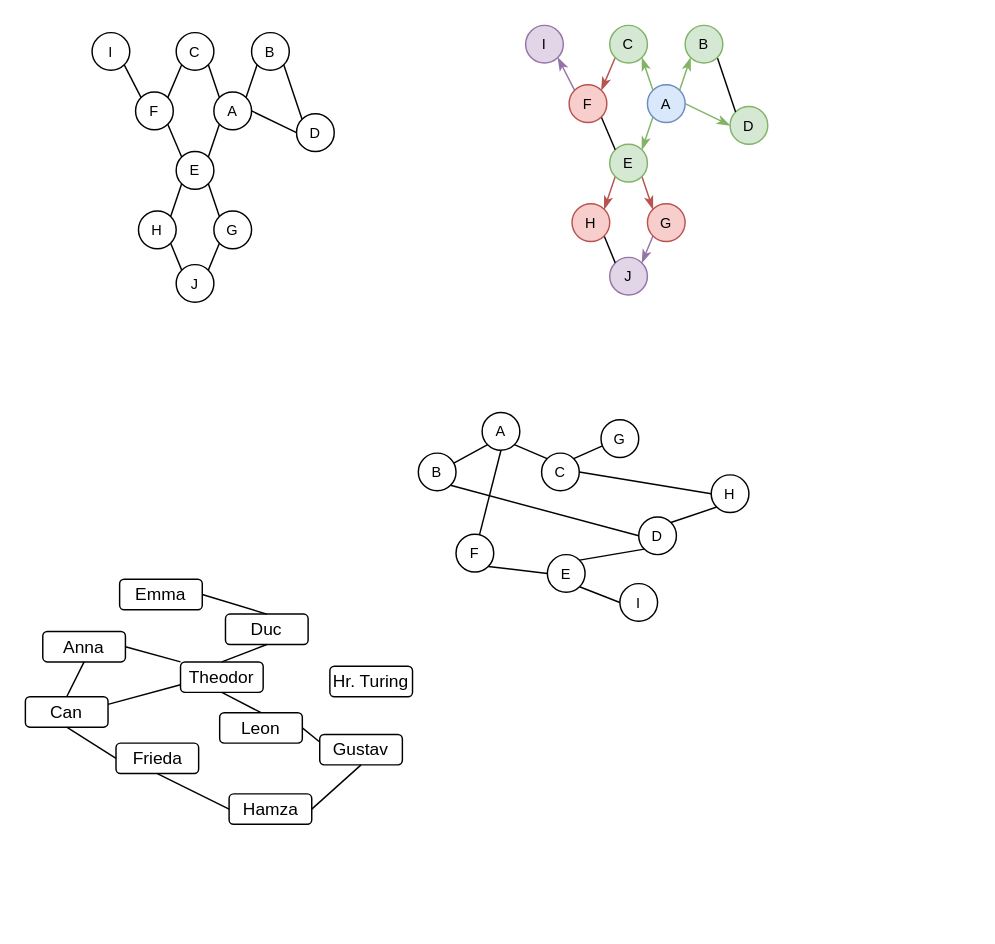
Earlier version of the draw.io diagram page "Breitensuche" (12 of 13) of Graph.drawio (JoernWVSG/diagram). Source tidied: cells renumbered, new cells numbered last; positions are measured from the earlier drawing's top-left corner, leaving out a move shared by most shapes. Both pictures are drawn from the tidied source at 145%, with x=0, y=0 at pixel (25, 25).
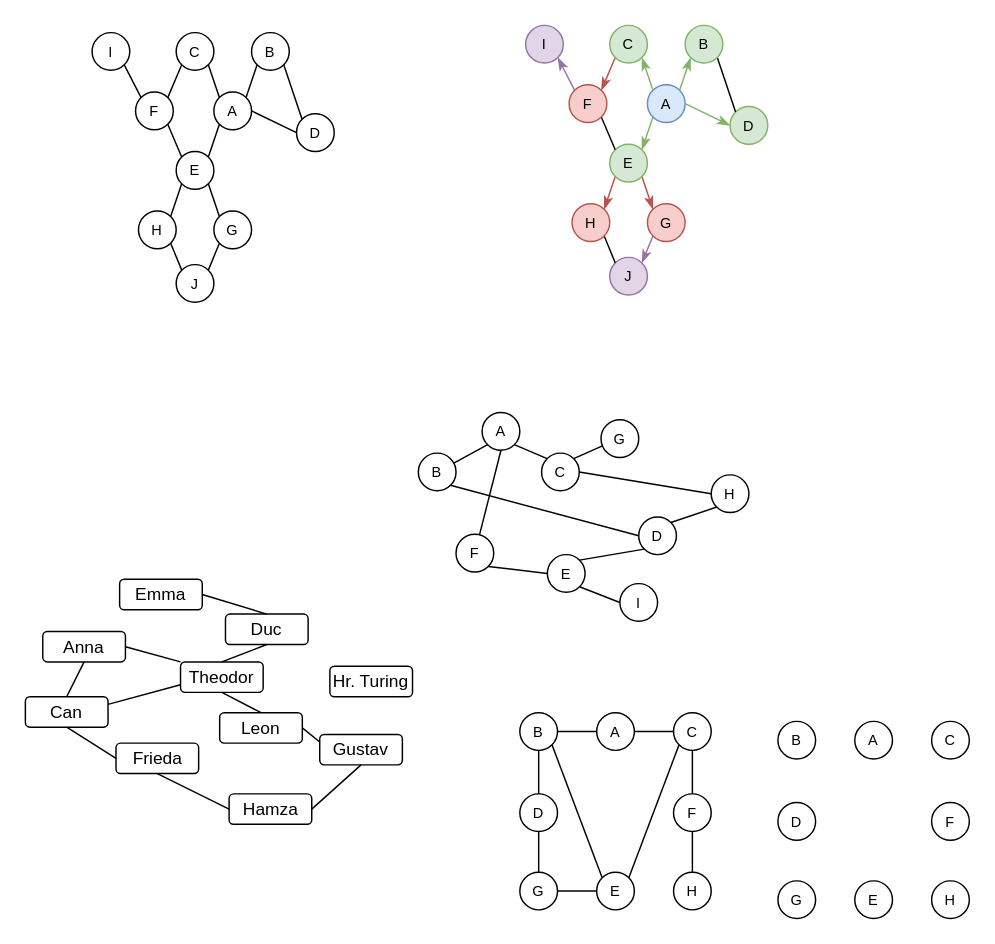
Above is the later version.

The edit, as a diff of the source:
```diff
@@
+    <mxCell id="85" style="edgeStyle=none;rounded=0;jettySize=auto;html=1;exitX=0.5;exitY=1;exitDx=0;exitDy=0;entryX=0.5;entryY=0;entryDx=0;entryDy=0;endArrow=none;endFill=0;" parent="1" edge="1" source="86" target="88">
+      <mxGeometry relative="1" as="geometry" />
+    </mxCell>
+    <mxCell id="86" value="G" style="ellipse;whiteSpace=wrap;html=1;fontSize=10;verticalAlign=middle;" parent="1" vertex="1">
+      <mxGeometry x="341" y="584" width="26" height="26" as="geometry" />
+    </mxCell>
+    <mxCell id="87" value="H" style="ellipse;whiteSpace=wrap;html=1;fontSize=10;verticalAlign=middle;" parent="1" vertex="1">
+      <mxGeometry x="447" y="584" width="26" height="26" as="geometry" />
+    </mxCell>
+    <mxCell id="88" value="D" style="ellipse;whiteSpace=wrap;html=1;fontSize=10;verticalAlign=middle;" parent="1" vertex="1">
+      <mxGeometry x="341" y="530" width="26" height="26" as="geometry" />
+    </mxCell>
+    <mxCell id="89" style="edgeStyle=none;rounded=0;jettySize=auto;html=1;exitX=0.5;exitY=1;exitDx=0;exitDy=0;endArrow=none;endFill=0;" parent="1" edge="1" source="92" target="88">
+      <mxGeometry relative="1" as="geometry" />
+    </mxCell>
+    <mxCell id="90" style="edgeStyle=none;rounded=0;jettySize=auto;html=1;entryX=0;entryY=0;entryDx=0;entryDy=0;endArrow=none;endFill=0;exitX=1;exitY=1;exitDx=0;exitDy=0;" parent="1" edge="1" source="92" target="93">
+      <mxGeometry relative="1" as="geometry" />
+    </mxCell>
+    <mxCell id="91" style="edgeStyle=none;rounded=0;jettySize=auto;html=1;exitX=1;exitY=0.5;exitDx=0;exitDy=0;entryX=0;entryY=0.5;entryDx=0;entryDy=0;endArrow=none;endFill=0;" parent="1" edge="1" source="92" target="95">
+      <mxGeometry relative="1" as="geometry" />
+    </mxCell>
+    <mxCell id="92" value="B" style="ellipse;whiteSpace=wrap;html=1;fontSize=10;verticalAlign=middle;" parent="1" vertex="1">
+      <mxGeometry x="341" y="474" width="26" height="26" as="geometry" />
+    </mxCell>
+    <mxCell id="93" value="E" style="ellipse;whiteSpace=wrap;html=1;fontSize=10;verticalAlign=middle;" parent="1" vertex="1">
+      <mxGeometry x="394" y="584" width="26" height="26" as="geometry" />
+    </mxCell>
+    <mxCell id="94" style="edgeStyle=none;rounded=0;jettySize=auto;html=1;endArrow=none;endFill=0;" parent="1" edge="1" source="95" target="100">
+      <mxGeometry relative="1" as="geometry" />
+    </mxCell>
+    <mxCell id="95" value="A" style="ellipse;whiteSpace=wrap;html=1;fontSize=10;verticalAlign=middle;" parent="1" vertex="1">
+      <mxGeometry x="394" y="474" width="26" height="26" as="geometry" />
+    </mxCell>
+    <mxCell id="96" style="edgeStyle=none;rounded=0;jettySize=auto;html=1;exitX=0.5;exitY=1;exitDx=0;exitDy=0;endArrow=none;endFill=0;" parent="1" edge="1" source="97" target="87">
+      <mxGeometry relative="1" as="geometry" />
+    </mxCell>
+    <mxCell id="97" value="F" style="ellipse;whiteSpace=wrap;html=1;fontSize=10;verticalAlign=middle;" parent="1" vertex="1">
+      <mxGeometry x="447" y="530" width="26" height="26" as="geometry" />
+    </mxCell>
+    <mxCell id="98" style="edgeStyle=none;rounded=0;jettySize=auto;html=1;exitX=0;exitY=1;exitDx=0;exitDy=0;endArrow=none;endFill=0;entryX=1;entryY=0;entryDx=0;entryDy=0;" parent="1" edge="1" source="100" target="93">
+      <mxGeometry relative="1" as="geometry" />
+    </mxCell>
+    <mxCell id="99" style="edgeStyle=none;rounded=0;jettySize=auto;html=1;endArrow=none;endFill=0;exitX=0.5;exitY=1;exitDx=0;exitDy=0;" parent="1" edge="1" source="100" target="97">
+      <mxGeometry relative="1" as="geometry" />
+    </mxCell>
+    <mxCell id="100" value="C" style="ellipse;whiteSpace=wrap;html=1;fontSize=10;verticalAlign=middle;" parent="1" vertex="1">
+      <mxGeometry x="447" y="474" width="26" height="26" as="geometry" />
+    </mxCell>
+    <mxCell id="101" style="edgeStyle=none;rounded=0;jettySize=auto;html=1;exitX=0;exitY=0.5;exitDx=0;exitDy=0;entryX=1;entryY=0.5;entryDx=0;entryDy=0;endArrow=none;endFill=0;" parent="1" edge="1" source="93" target="86">
+      <mxGeometry relative="1" as="geometry" />
+    </mxCell>
+    <mxCell id="102" value="G" style="ellipse;whiteSpace=wrap;html=1;fontSize=10;verticalAlign=middle;" parent="1" vertex="1">
+      <mxGeometry x="519" y="590" width="26" height="26" as="geometry" />
+    </mxCell>
+    <mxCell id="103" value="H" style="ellipse;whiteSpace=wrap;html=1;fontSize=10;verticalAlign=middle;" parent="1" vertex="1">
+      <mxGeometry x="625" y="590" width="26" height="26" as="geometry" />
+    </mxCell>
+    <mxCell id="104" value="D" style="ellipse;whiteSpace=wrap;html=1;fontSize=10;verticalAlign=middle;" parent="1" vertex="1">
+      <mxGeometry x="519" y="536" width="26" height="26" as="geometry" />
+    </mxCell>
+    <mxCell id="105" value="B" style="ellipse;whiteSpace=wrap;html=1;fontSize=10;verticalAlign=middle;" parent="1" vertex="1">
+      <mxGeometry x="519" y="480" width="26" height="26" as="geometry" />
+    </mxCell>
+    <mxCell id="106" value="E" style="ellipse;whiteSpace=wrap;html=1;fontSize=10;verticalAlign=middle;" parent="1" vertex="1">
+      <mxGeometry x="572" y="590" width="26" height="26" as="geometry" />
+    </mxCell>
+    <mxCell id="107" value="A" style="ellipse;whiteSpace=wrap;html=1;fontSize=10;verticalAlign=middle;" parent="1" vertex="1">
+      <mxGeometry x="572" y="480" width="26" height="26" as="geometry" />
+    </mxCell>
+    <mxCell id="108" value="F" style="ellipse;whiteSpace=wrap;html=1;fontSize=10;verticalAlign=middle;" parent="1" vertex="1">
+      <mxGeometry x="625" y="536" width="26" height="26" as="geometry" />
+    </mxCell>
+    <mxCell id="109" value="C" style="ellipse;whiteSpace=wrap;html=1;fontSize=10;verticalAlign=middle;" parent="1" vertex="1">
+      <mxGeometry x="625" y="480" width="26" height="26" as="geometry" />
+    </mxCell>
```
